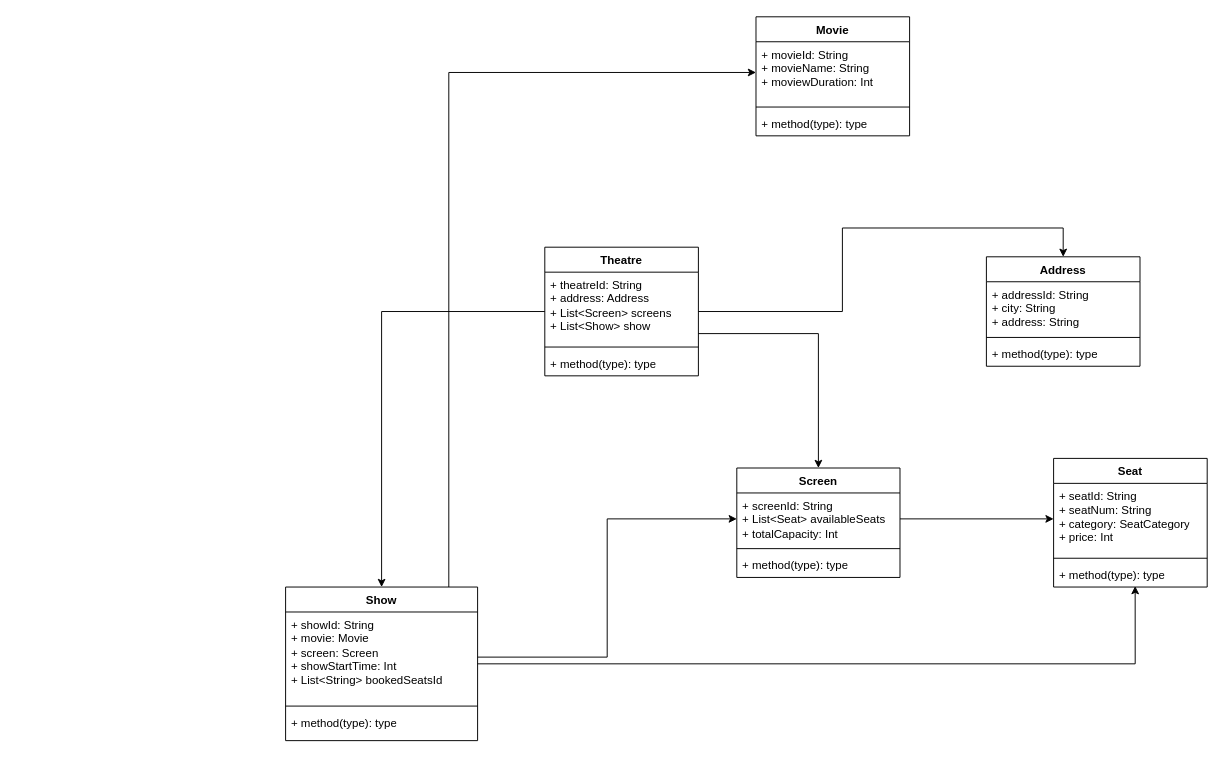
Above: src/bookMyShowDesign/BookMyShow.drawio in satvinderpalsingh/Low-Level-Design (draw.io), before the change. Source tidied: cells renumbered, new cells numbered last; positions are measured from the earlier drawing's top-left corner, leaving out a move shared by most shapes. Both pictures are drawn from the tidied source at 96%, with x=0, y=0 at pixel (285, 16).
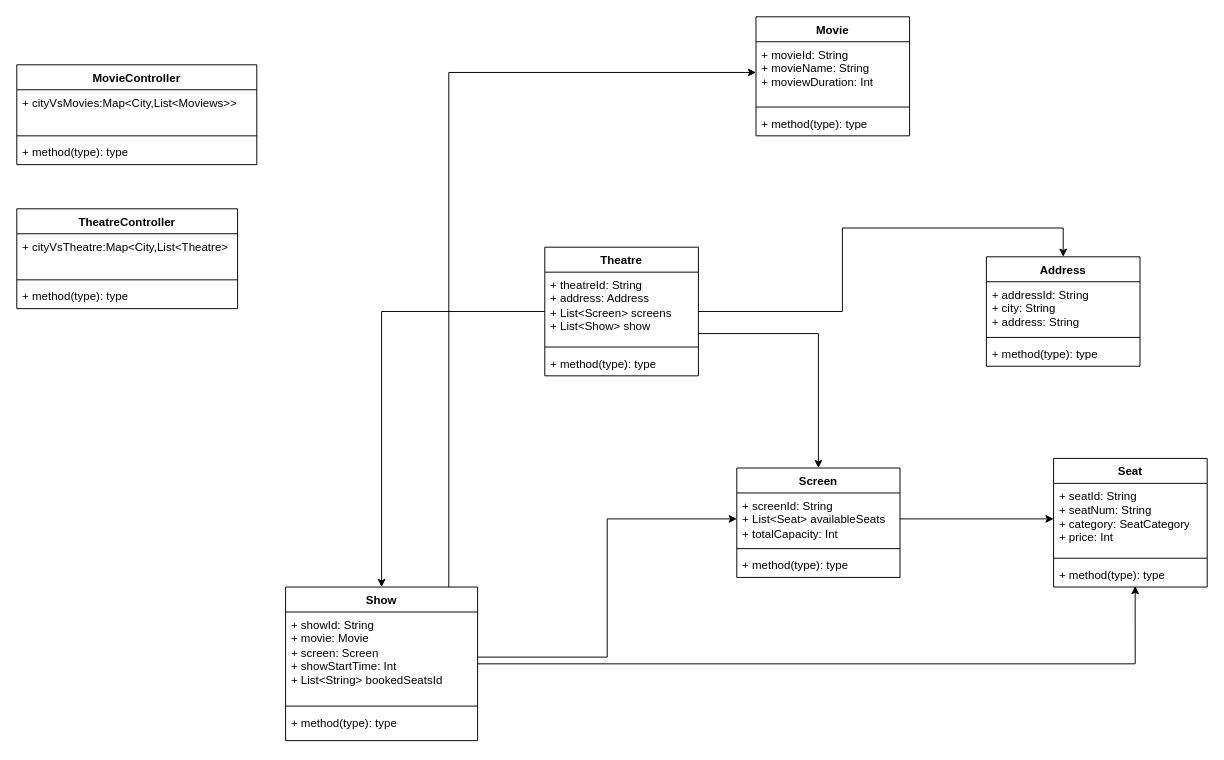
Above is the later version.

The edit, as a diff of the source:
```diff
@@
+    <mxCell id="33" value="MovieController" style="swimlane;fontStyle=1;align=center;verticalAlign=top;horizontal=1;startSize=26;whiteSpace=wrap;html=1;" parent="1" vertex="1">
+      <mxGeometry x="-280" y="50" width="250" height="104" as="geometry" />
+    </mxCell>
+    <mxCell id="34" value="+ cityVsMovies:Map&amp;lt;City,List&amp;lt;Moviews&amp;gt;&amp;gt;" style="text;strokeColor=none;fillColor=none;align=left;verticalAlign=top;spacingLeft=4;spacingRight=4;overflow=hidden;whiteSpace=wrap;html=1;" parent="33" vertex="1">
+      <mxGeometry y="26" width="250" height="44" as="geometry" />
+    </mxCell>
+    <mxCell id="35" style="line;strokeWidth=1;fillColor=none;align=left;verticalAlign=middle;spacingTop=-1;spacingLeft=3;spacingRight=3;labelPosition=right;strokeColor=inherit;" parent="33" vertex="1">
+      <mxGeometry y="70" width="250" height="8" as="geometry" />
+    </mxCell>
+    <mxCell id="36" value="+ method(type): type" style="text;strokeColor=none;fillColor=none;align=left;verticalAlign=top;spacingLeft=4;spacingRight=4;overflow=hidden;whiteSpace=wrap;html=1;" parent="33" vertex="1">
+      <mxGeometry y="78" width="250" height="26" as="geometry" />
+    </mxCell>
+    <mxCell id="37" value="TheatreController" style="swimlane;fontStyle=1;align=center;verticalAlign=top;horizontal=1;startSize=26;whiteSpace=wrap;html=1;" parent="1" vertex="1">
+      <mxGeometry x="-280" y="200" width="230" height="104" as="geometry" />
+    </mxCell>
+    <mxCell id="38" value="+ cityVsTheatre:Map&amp;lt;City,List&amp;lt;Theatre&amp;gt;" style="text;strokeColor=none;fillColor=none;align=left;verticalAlign=top;spacingLeft=4;spacingRight=4;overflow=hidden;whiteSpace=wrap;html=1;" parent="37" vertex="1">
+      <mxGeometry y="26" width="230" height="44" as="geometry" />
+    </mxCell>
+    <mxCell id="39" style="line;strokeWidth=1;fillColor=none;align=left;verticalAlign=middle;spacingTop=-1;spacingLeft=3;spacingRight=3;labelPosition=right;strokeColor=inherit;" parent="37" vertex="1">
+      <mxGeometry y="70" width="230" height="8" as="geometry" />
+    </mxCell>
+    <mxCell id="40" value="+ method(type): type" style="text;strokeColor=none;fillColor=none;align=left;verticalAlign=top;spacingLeft=4;spacingRight=4;overflow=hidden;whiteSpace=wrap;html=1;" parent="37" vertex="1">
+      <mxGeometry y="78" width="230" height="26" as="geometry" />
+    </mxCell>
```
